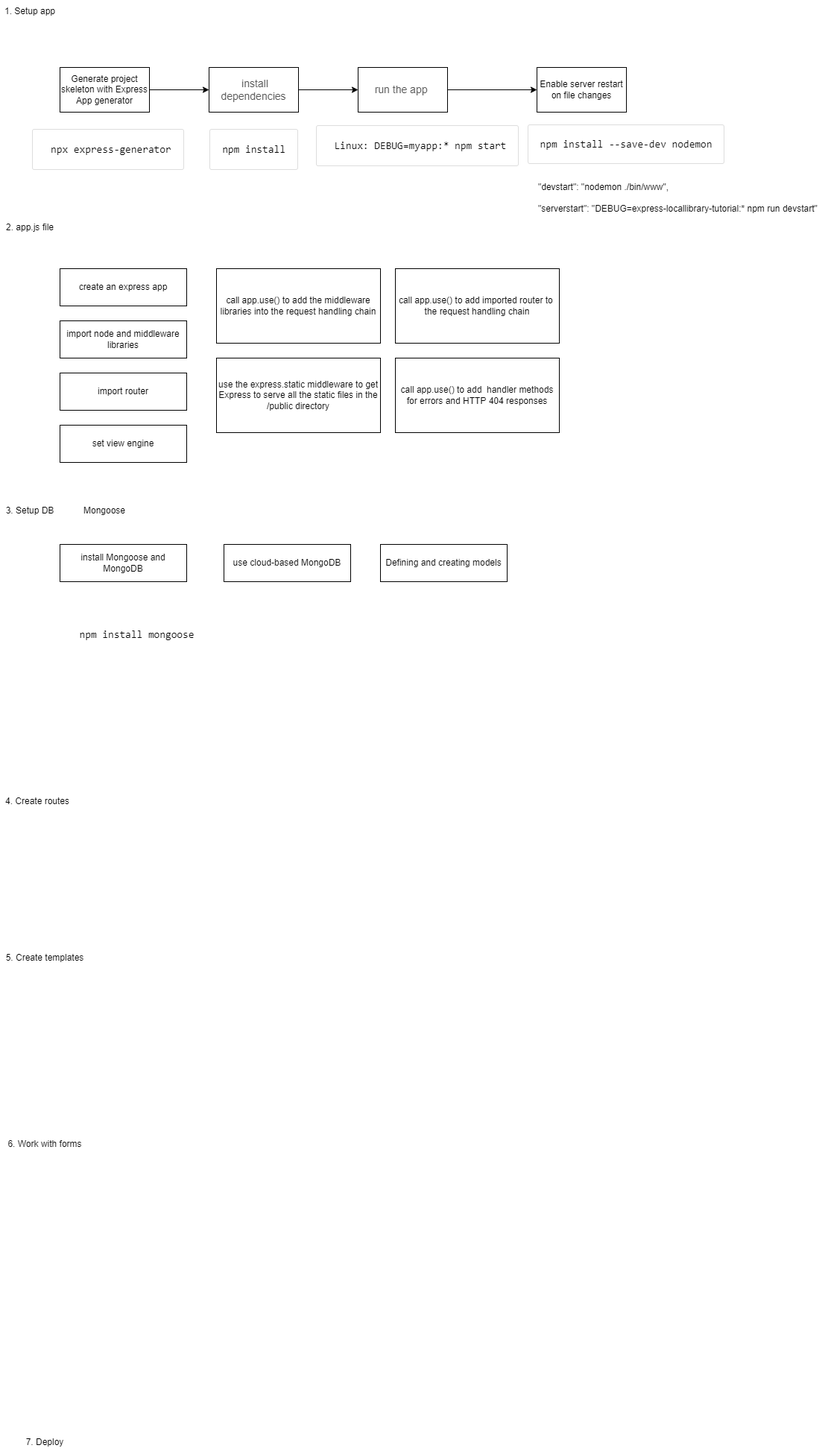
This is Setup.png from f2xiao/express_library, a draw.io export, as it was before one commit. Source tidied: cells renumbered, new cells last; positions are measured from the earlier drawing's top-left corner, leaving out a move shared by most shapes.
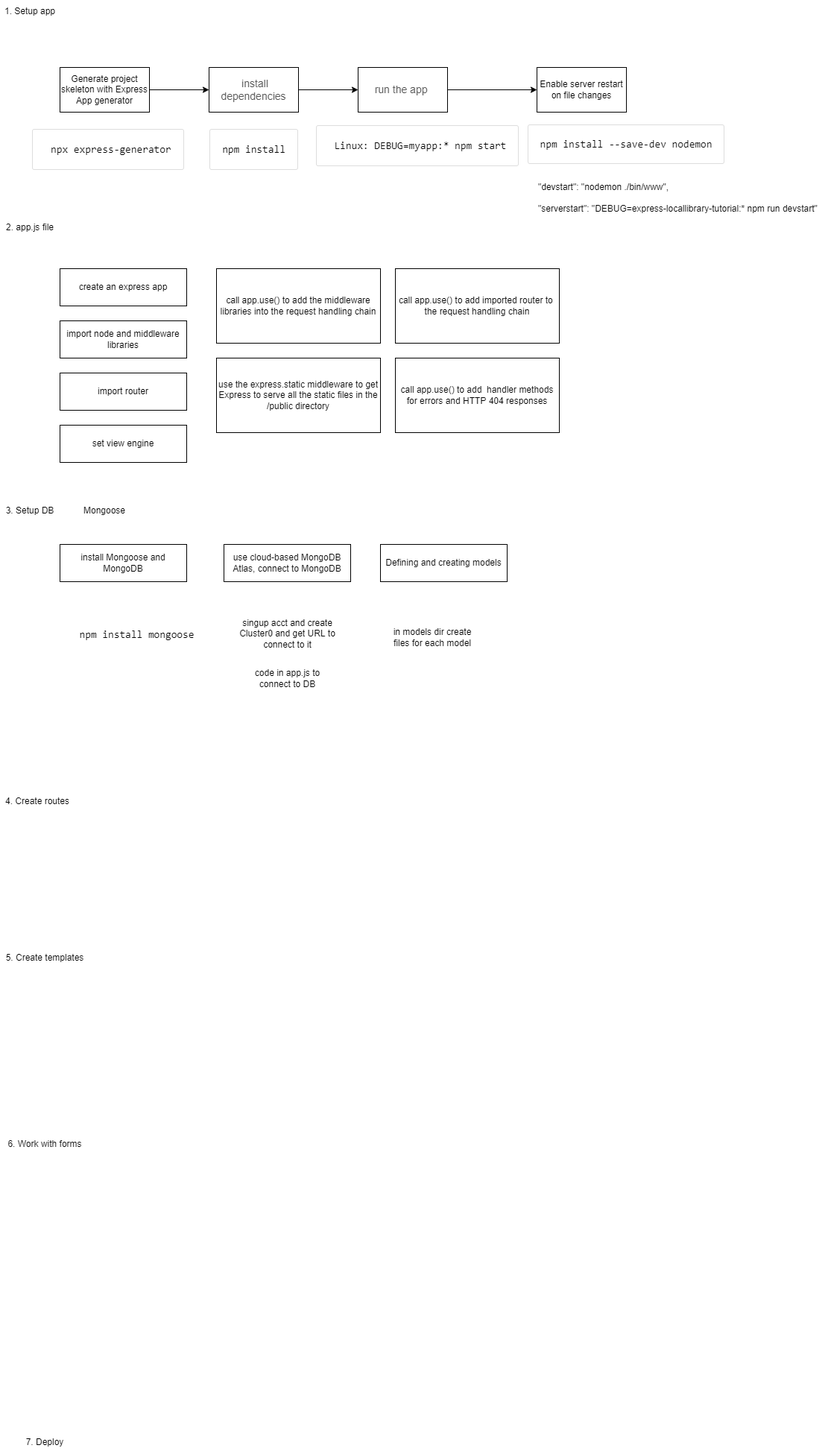
The same file after the commit.

Change to the diagram source:
```diff
@@ -92,11 +92,20 @@
     <mxCell id="31" value="&lt;pre class=&quot;brush: bash notranslate&quot; style=&quot;box-sizing: border-box ; overflow-wrap: break-word ; font-size: 14px ; padding: 1rem 2.5rem 1rem 1rem ; margin-top: 1rem ; margin-bottom: 2rem ; border: 1px solid transparent&quot;&gt;&lt;code style=&quot;box-sizing: border-box ; background: none ; padding: 0px&quot;&gt;&lt;span class=&quot;token function&quot; style=&quot;box-sizing: border-box&quot;&gt;npm&lt;/span&gt; &lt;span class=&quot;token function&quot; style=&quot;box-sizing: border-box&quot;&gt;install&lt;/span&gt; mongoose&lt;/code&gt;&lt;/pre&gt;" style="text;html=1;align=center;verticalAlign=middle;strokeColor=none;fillColor=none;fontSize=12;fontFamily=Helvetica;fontColor=#000000;" parent="1" vertex="1">
       <mxGeometry x="80" y="810" width="230" height="100" as="geometry" />
     </mxCell>
-    <mxCell id="32" value="use cloud-based MongoDB" style="rounded=0;whiteSpace=wrap;html=1;" parent="1" vertex="1">
+    <mxCell id="32" value="use cloud-based MongoDB Atlas, connect to MongoDB" style="rounded=0;whiteSpace=wrap;html=1;" parent="1" vertex="1">
       <mxGeometry x="300" y="730" width="170" height="50" as="geometry" />
     </mxCell>
     <mxCell id="33" value="Defining and creating models" style="rounded=0;whiteSpace=wrap;html=1;labelBackgroundColor=#FFFFFF;fontFamily=Helvetica;fontSize=12;fontColor=#000000;fillColor=none;gradientColor=none;" parent="1" vertex="1">
       <mxGeometry x="510" y="730" width="170" height="50" as="geometry" />
     </mxCell>
+    <mxCell id="34" value="singup acct and create Cluster0 and get URL to connect to it" style="text;html=1;strokeColor=none;fillColor=none;align=center;verticalAlign=middle;whiteSpace=wrap;rounded=0;labelBackgroundColor=#FFFFFF;fontFamily=Helvetica;fontSize=12;fontColor=#000000;" parent="1" vertex="1">
+      <mxGeometry x="317.5" y="820" width="135" height="60" as="geometry" />
+    </mxCell>
+    <mxCell id="35" value="code in app.js to connect to DB" style="text;html=1;strokeColor=none;fillColor=none;align=center;verticalAlign=middle;whiteSpace=wrap;rounded=0;labelBackgroundColor=#FFFFFF;fontFamily=Helvetica;fontSize=12;fontColor=#000000;" parent="1" vertex="1">
+      <mxGeometry x="327.5" y="890" width="115" height="40" as="geometry" />
+    </mxCell>
+    <mxCell id="36" value="in models dir create files for each model" style="text;html=1;strokeColor=none;fillColor=none;align=center;verticalAlign=middle;whiteSpace=wrap;rounded=0;labelBackgroundColor=#FFFFFF;fontFamily=Helvetica;fontSize=12;fontColor=#000000;" parent="1" vertex="1">
+      <mxGeometry x="520" y="830" width="120" height="50" as="geometry" />
+    </mxCell>
   </root>
 </mxGraphModel>
```
